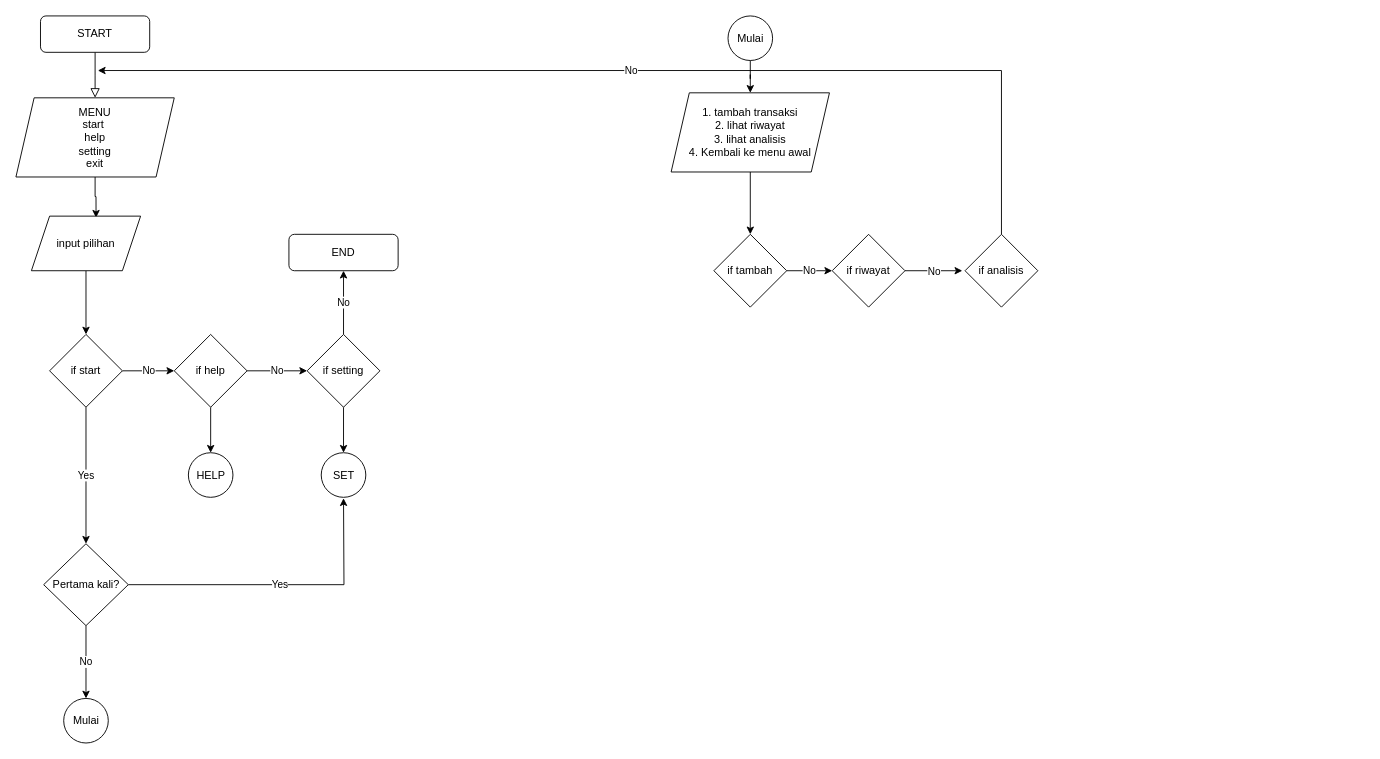
The draw.io diagram Final Project.drawio in Fulkyhariz/Simple-Financial-Organizer-final-project, before the edit. Source tidied: cells renumbered, new cells numbered last; positions are measured from the earlier drawing's top-left corner, leaving out a move shared by most shapes. Both pictures are drawn from the tidied source at 91%, with x=0, y=0 at pixel (15, 15).
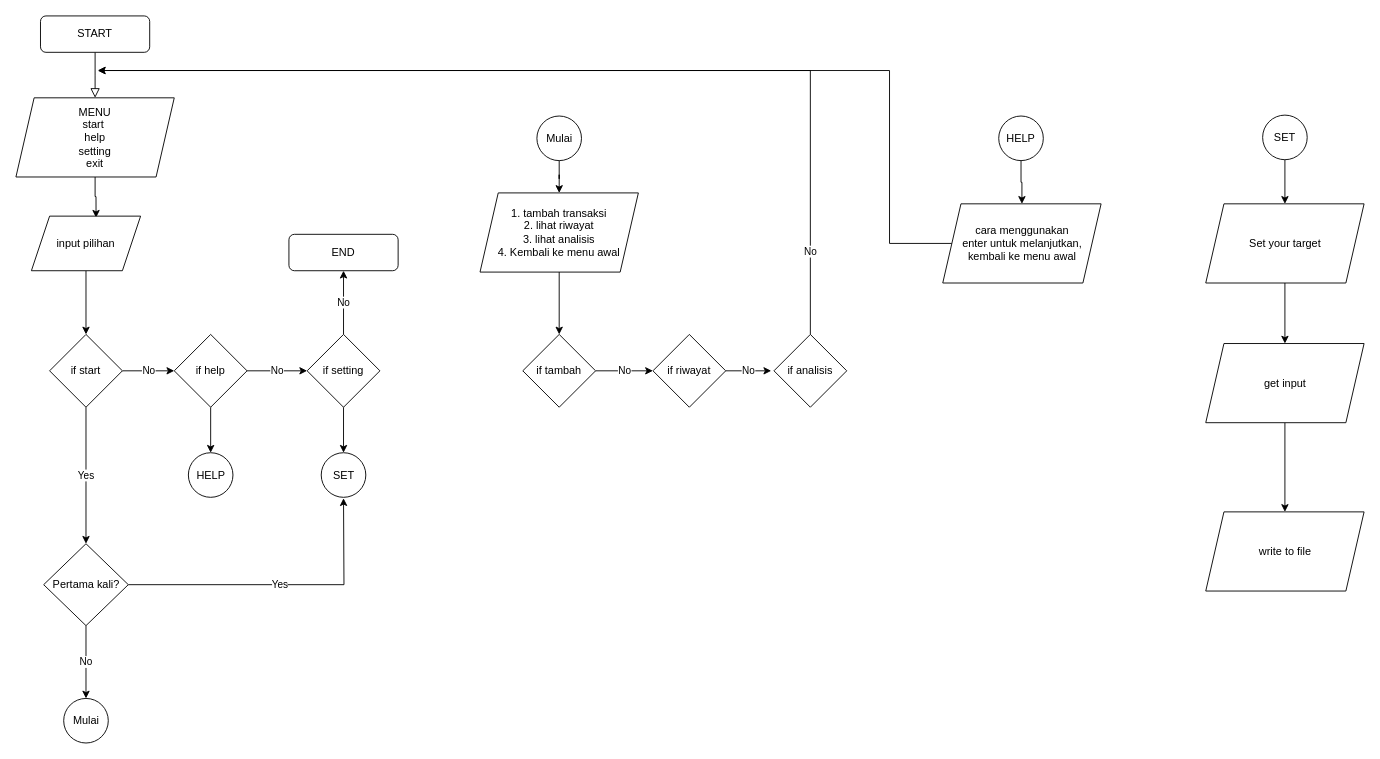
After the change.

The edit, as a diff of the source:
```diff
@@
     <mxCell id="25" value="Mulai" style="ellipse;whiteSpace=wrap;html=1;" parent="1" vertex="1">
-      <mxGeometry x="782.5" width="49" height="49" as="geometry" />
+      <mxGeometry x="572.5" y="110" width="49" height="49" as="geometry" />
     </mxCell>
@@
     <mxCell id="27" value="1. tambah transaksi&lt;br&gt;2. lihat riwayat&lt;br&gt;3. lihat analisis&lt;br&gt;4. Kembali ke menu awal" style="shape=parallelogram;perimeter=parallelogramPerimeter;whiteSpace=wrap;html=1;fixedSize=1;" parent="1" vertex="1">
-      <mxGeometry x="720" y="84.5" width="174" height="87" as="geometry" />
+      <mxGeometry x="510" y="194.5" width="174" height="87" as="geometry" />
     </mxCell>
@@
     <mxCell id="29" value="if tambah" style="rhombus;whiteSpace=wrap;html=1;" parent="1" vertex="1">
-      <mxGeometry x="767" y="240" width="80" height="80" as="geometry" />
+      <mxGeometry x="557" y="350" width="80" height="80" as="geometry" />
     </mxCell>
     <mxCell id="30" value="No" style="edgeStyle=orthogonalEdgeStyle;rounded=0;jettySize=auto;html=1;" parent="1" edge="1" source="31">
-      <mxGeometry relative="1" as="geometry">
+      <mxGeometry x="-0.83" relative="1" as="geometry">
         <mxPoint x="90" y="60" as="targetPoint" />
         <Array as="points">
-          <mxPoint x="1083" y="60" />
+          <mxPoint x="873" y="60" />
         </Array>
       </mxGeometry>
     </mxCell>
     <mxCell id="31" value="if analisis" style="rhombus;whiteSpace=wrap;html=1;" parent="1" vertex="1">
-      <mxGeometry x="1043" y="240" width="80" height="80" as="geometry" />
+      <mxGeometry x="833" y="350" width="80" height="80" as="geometry" />
     </mxCell>
     <mxCell id="32" value="No" style="edgeStyle=orthogonalEdgeStyle;rounded=0;jettySize=auto;html=1;" parent="1" edge="1" source="33">
       <mxGeometry relative="1" as="geometry">
-        <mxPoint x="1040" y="280" as="targetPoint" />
+        <mxPoint x="830" y="390" as="targetPoint" />
       </mxGeometry>
     </mxCell>
     <mxCell id="33" value="if riwayat" style="rhombus;whiteSpace=wrap;html=1;" parent="1" vertex="1">
-      <mxGeometry x="897" y="240" width="80" height="80" as="geometry" />
+      <mxGeometry x="700" y="350" width="80" height="80" as="geometry" />
     </mxCell>
+    <mxCell id="34" style="edgeStyle=orthogonalEdgeStyle;rounded=0;jettySize=auto;html=1;" parent="1" edge="1" source="35" target="37">
+      <mxGeometry relative="1" as="geometry" />
+    </mxCell>
+    <mxCell id="35" value="HELP" style="ellipse;whiteSpace=wrap;html=1;" parent="1" vertex="1">
+      <mxGeometry x="1080" y="110" width="49" height="49" as="geometry" />
+    </mxCell>
+    <mxCell id="36" style="edgeStyle=orthogonalEdgeStyle;rounded=0;jettySize=auto;html=1;" parent="1" edge="1" source="37">
+      <mxGeometry relative="1" as="geometry">
+        <mxPoint x="90" y="60" as="targetPoint" />
+        <Array as="points">
+          <mxPoint x="960" y="250" />
+          <mxPoint x="960" y="60" />
+        </Array>
+      </mxGeometry>
+    </mxCell>
+    <mxCell id="37" value="cara menggunakan&lt;br&gt;enter untuk melanjutkan, kembali ke menu awal" style="shape=parallelogram;perimeter=parallelogramPerimeter;whiteSpace=wrap;html=1;fixedSize=1;" parent="1" vertex="1">
+      <mxGeometry x="1018.5" y="206.5" width="174" height="87" as="geometry" />
+    </mxCell>
+    <mxCell id="38" style="edgeStyle=orthogonalEdgeStyle;rounded=0;jettySize=auto;html=1;" parent="1" edge="1" source="39" target="41">
+      <mxGeometry relative="1" as="geometry" />
+    </mxCell>
+    <mxCell id="39" value="SET" style="ellipse;whiteSpace=wrap;html=1;" parent="1" vertex="1">
+      <mxGeometry x="1370" y="109" width="49" height="49" as="geometry" />
+    </mxCell>
+    <mxCell id="40" style="edgeStyle=orthogonalEdgeStyle;rounded=0;jettySize=auto;html=1;" parent="1" edge="1" source="41" target="43">
+      <mxGeometry relative="1" as="geometry" />
+    </mxCell>
+    <mxCell id="41" value="Set your target" style="shape=parallelogram;perimeter=parallelogramPerimeter;whiteSpace=wrap;html=1;fixedSize=1;" parent="1" vertex="1">
+      <mxGeometry x="1307.5" y="206.5" width="174" height="87" as="geometry" />
+    </mxCell>
+    <mxCell id="42" style="edgeStyle=orthogonalEdgeStyle;rounded=0;jettySize=auto;html=1;" parent="1" edge="1" source="43" target="44">
+      <mxGeometry relative="1" as="geometry" />
+    </mxCell>
+    <mxCell id="43" value="get input" style="shape=parallelogram;perimeter=parallelogramPerimeter;whiteSpace=wrap;html=1;fixedSize=1;" parent="1" vertex="1">
+      <mxGeometry x="1307.5" y="360" width="174" height="87" as="geometry" />
+    </mxCell>
+    <mxCell id="44" value="write to file" style="shape=parallelogram;perimeter=parallelogramPerimeter;whiteSpace=wrap;html=1;fixedSize=1;" parent="1" vertex="1">
+      <mxGeometry x="1307.5" y="545" width="174" height="87" as="geometry" />
+    </mxCell>
```
